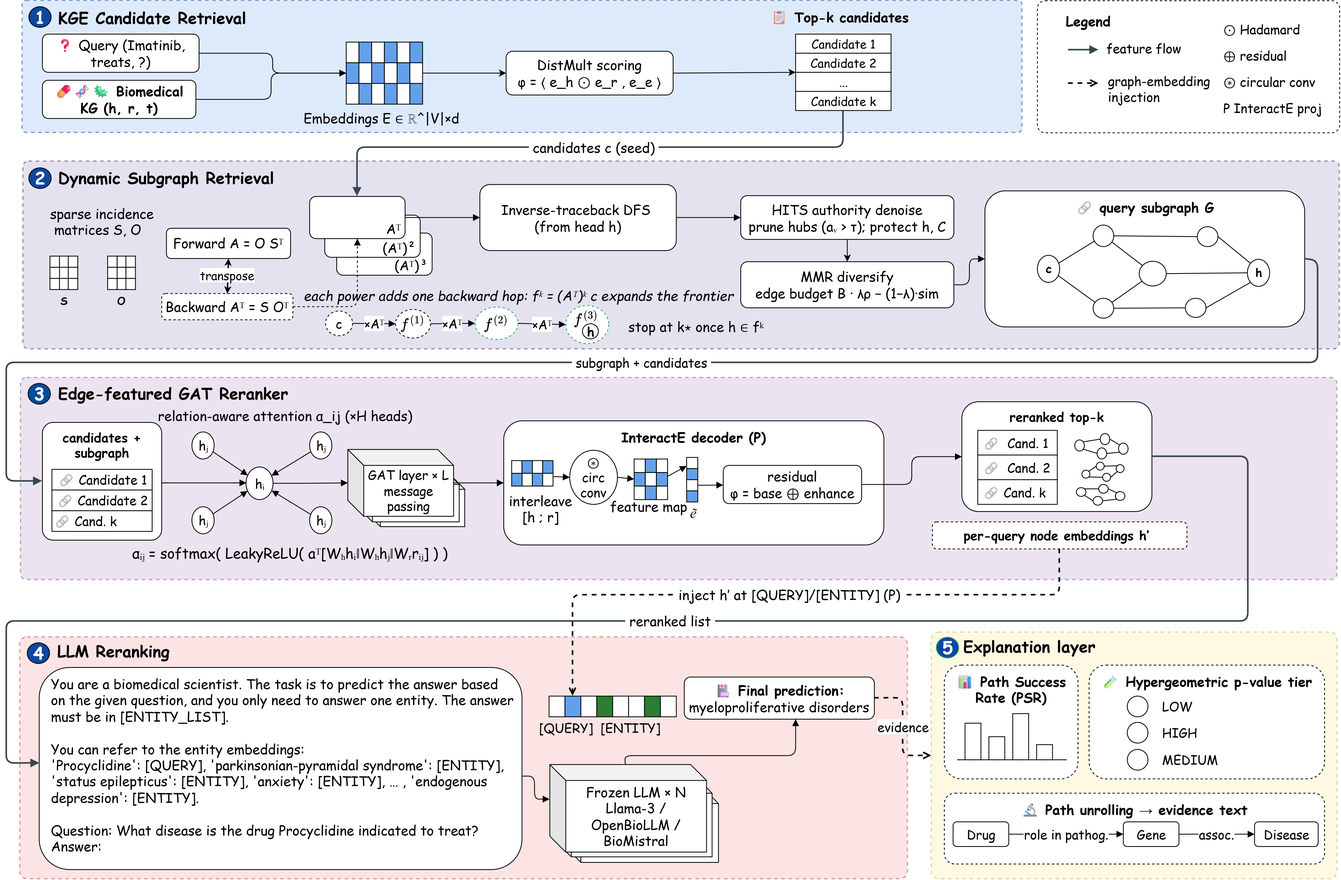
Before: model.png, a diagram exported from draw.io (noname44k1/BioEGAT). Source tidied: cells renumbered, new cells last; positions are measured from the earlier drawing's top-left corner, leaving out a move shared by most shapes.
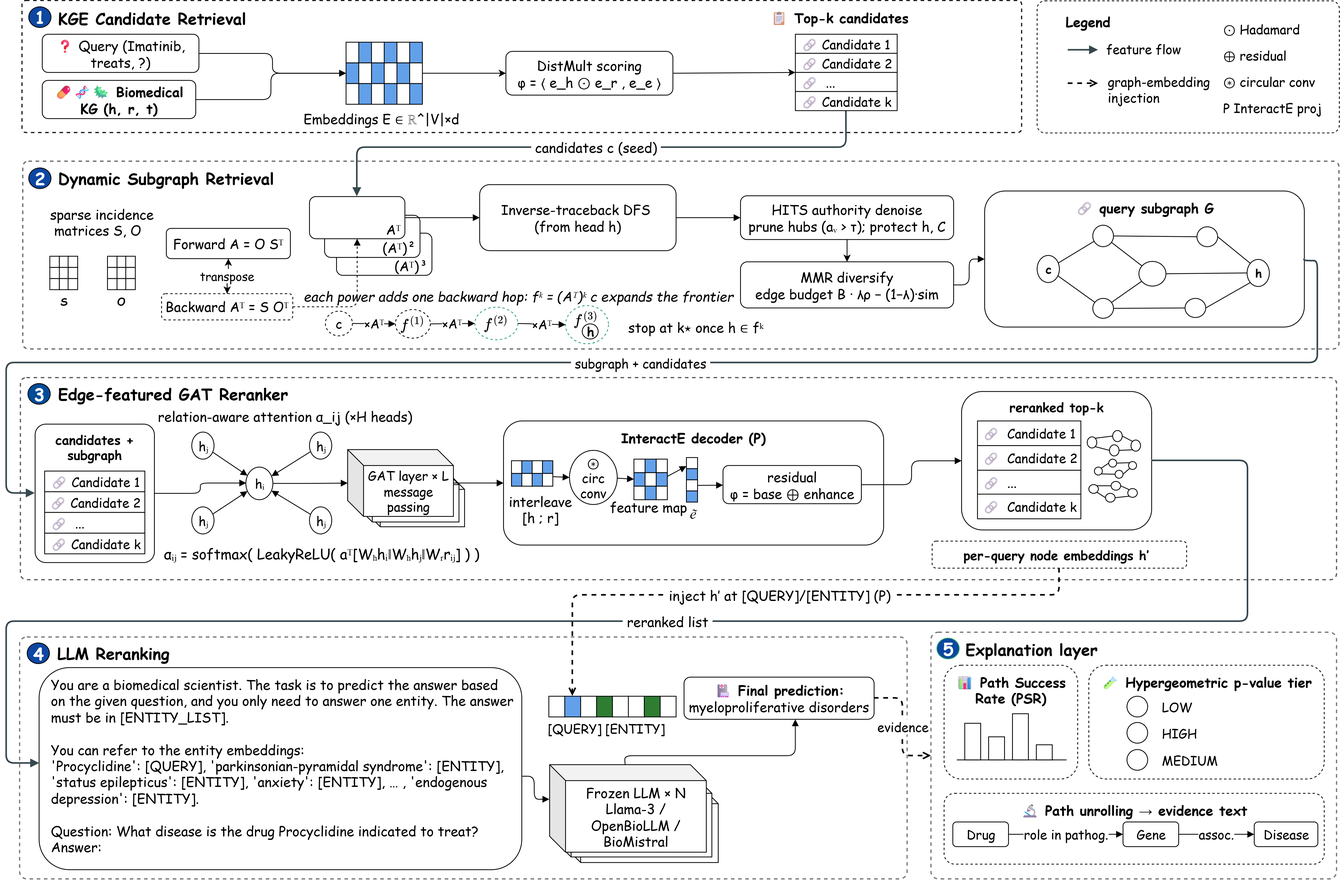
After the change.

Change to the diagram source:
```diff
@@ -31,3 +31,3 @@
     </mxCell>
-    <mxCell id="9" style="rounded=1;html=1;fillColor=#dae8fc;strokeColor=#6c8ebf;strokeWidth=1.5;dashed=1;arcSize=3;verticalAlign=top;fontFamily=Comic Sans MS;opacity=90;" parent="1" vertex="1">
+    <mxCell id="9" style="rounded=1;html=1;strokeWidth=1.5;dashed=1;arcSize=3;verticalAlign=top;fontFamily=Comic Sans MS;opacity=90;" parent="1" vertex="1">
       <mxGeometry x="20" width="1257" height="166" as="geometry" />
@@ -109,6 +109,6 @@
     </mxCell>
-    <mxCell id="35" value="&lt;font&gt;Candidate 1&lt;/font&gt;" style="rounded=0;html=1;fontSize=15;align=center;spacingLeft=0;fontFamily=Comic Sans MS;strokeColor=default;fontColor=#000000;" parent="1" vertex="1">
-      <mxGeometry x="992" y="42" width="120" height="24" as="geometry" />
+    <mxCell id="35" value="&lt;span style=&quot;font-size: 16px;&quot;&gt;&amp;nbsp;🔗 Candidate 1&lt;/span&gt;" style="rounded=0;html=1;fontSize=15;align=left;spacingLeft=0;fontFamily=Comic Sans MS;strokeColor=default;fontColor=#000000;" parent="1" vertex="1">
+      <mxGeometry x="992" y="42" width="128" height="24" as="geometry" />
     </mxCell>
-    <mxCell id="36" style="rounded=1;html=1;fillColor=#d0cee2;strokeColor=#56517e;strokeWidth=1.5;dashed=1;arcSize=3;verticalAlign=top;fontFamily=Comic Sans MS;opacity=60;" parent="1" vertex="1">
+    <mxCell id="36" style="rounded=1;html=1;strokeWidth=1.5;dashed=1;arcSize=3;verticalAlign=top;fontFamily=Comic Sans MS;opacity=60;" parent="1" vertex="1">
       <mxGeometry x="21" y="202" width="1655" height="236" as="geometry" />
@@ -232,3 +232,3 @@
     </mxCell>
-    <mxCell id="76" style="rounded=1;html=1;fillColor=#e1d5e7;strokeColor=#9673a6;strokeWidth=1.5;dashed=1;arcSize=3;opacity=65;verticalAlign=top;fontFamily=Comic Sans MS;" parent="1" vertex="1">
+    <mxCell id="76" style="rounded=1;html=1;strokeWidth=1.5;dashed=1;arcSize=3;opacity=65;verticalAlign=top;fontFamily=Comic Sans MS;" parent="1" vertex="1">
       <mxGeometry x="18" y="474" width="1655" height="254" as="geometry" />
@@ -242,12 +242,12 @@
     <mxCell id="79" value="&lt;font style=&quot;font-size: 16px;&quot;&gt;candidates + subgraph&lt;/font&gt;" style="rounded=1;whiteSpace=wrap;html=1;fillColor=#FFFFFF;strokeColor=default;fontSize=14.5;fontStyle=1;verticalAlign=top;spacingTop=3;arcSize=9;fontFamily=Comic Sans MS;fontColor=#000000;" parent="1" vertex="1">
-      <mxGeometry x="45" y="530" width="150" height="148" as="geometry" />
+      <mxGeometry x="36" y="532" width="150" height="174" as="geometry" />
     </mxCell>
     <mxCell id="80" value="&lt;font style=&quot;font-size: 16px;&quot;&gt;🔗 Candidate 1&lt;/font&gt;" style="rounded=0;html=1;fontSize=13.8;fontFamily=Comic Sans MS;strokeColor=default;fontColor=#000000;" parent="1" vertex="1">
-      <mxGeometry x="57" y="589" width="126" height="26" as="geometry" />
+      <mxGeometry x="48" y="591" width="126" height="26" as="geometry" />
     </mxCell>
     <mxCell id="81" value="&lt;font style=&quot;font-size: 16px;&quot;&gt;🔗 Candidate 2&lt;/font&gt;" style="rounded=0;html=1;fontSize=13.8;fontFamily=Comic Sans MS;strokeColor=default;fontColor=#000000;" parent="1" vertex="1">
-      <mxGeometry x="57" y="615" width="126" height="26" as="geometry" />
+      <mxGeometry x="48" y="617" width="126" height="26" as="geometry" />
     </mxCell>
-    <mxCell id="82" value="&lt;font style=&quot;font-size: 16px;&quot;&gt;🔗 Cand. k&lt;/font&gt;" style="rounded=0;html=1;fontSize=13.8;fontFamily=Comic Sans MS;align=left;strokeColor=default;fontColor=#000000;" parent="1" vertex="1">
-      <mxGeometry x="57" y="641" width="126" height="26" as="geometry" />
+    <mxCell id="82" value="&lt;font style=&quot;font-size: 16px;&quot;&gt;&amp;nbsp;🔗&amp;nbsp;&lt;span style=&quot;text-align: center;&quot;&gt;Candidate&lt;/span&gt;&amp;nbsp;k&lt;/font&gt;" style="rounded=0;html=1;fontSize=13.8;fontFamily=Comic Sans MS;align=left;strokeColor=default;fontColor=#000000;" parent="1" vertex="1">
+      <mxGeometry x="48" y="669" width="126" height="26" as="geometry" />
     </mxCell>
@@ -284,3 +284,3 @@
     <mxCell id="93" value="&lt;font&gt;αᵢⱼ = softmax( LeakyReLU( aᵀ[Wₕhᵢ‖Wₕhⱼ‖Wᵣrᵢⱼ] ) )&lt;/font&gt;" style="text;html=1;align=center;fontSize=18;fontColor=#000000;fontFamily=Comic Sans MS;strokeColor=none;" parent="1" vertex="1">
-      <mxGeometry x="251" y="677" width="210" height="17" as="geometry" />
+      <mxGeometry x="291" y="677" width="210" height="17" as="geometry" />
     </mxCell>
@@ -383,17 +383,17 @@
     <mxCell id="126" value="&lt;font style=&quot;font-size: 16px;&quot;&gt;reranked top-k&lt;/font&gt;" style="rounded=1;whiteSpace=wrap;html=1;fontSize=14.5;fontStyle=1;verticalAlign=top;spacingTop=3;fontFamily=Comic Sans MS;strokeColor=default;fontColor=#000000;" parent="1" vertex="1">
-      <mxGeometry x="1201" y="504" width="239" height="138" as="geometry" />
+      <mxGeometry x="1201" y="491" width="239" height="174" as="geometry" />
     </mxCell>
-    <mxCell id="127" value="&lt;font style=&quot;font-size: 16px;&quot;&gt;🔗&amp;nbsp; Cand. 1&lt;/font&gt;" style="rounded=0;html=1;fontSize=13.8;align=left;spacingLeft=4;fontFamily=Comic Sans MS;strokeColor=default;fontColor=#000000;" parent="1" vertex="1">
-      <mxGeometry x="1221" y="540" width="100" height="31" as="geometry" />
+    <mxCell id="127" value="&lt;font style=&quot;font-size: 16px;&quot;&gt;🔗&amp;nbsp;&amp;nbsp;&lt;/font&gt;&lt;span style=&quot;font-size: 16px; text-align: center;&quot;&gt;Candidate&amp;nbsp;1&lt;/span&gt;" style="rounded=0;html=1;fontSize=13.8;align=left;spacingLeft=4;fontFamily=Comic Sans MS;strokeColor=default;fontColor=#000000;" parent="1" vertex="1">
+      <mxGeometry x="1221" y="528" width="130" height="31" as="geometry" />
     </mxCell>
-    <mxCell id="128" value="&lt;font style=&quot;font-size: 16px;&quot;&gt;🔗&amp;nbsp; Cand. 2&lt;/font&gt;" style="rounded=0;html=1;fontSize=13.8;align=left;spacingLeft=4;fontFamily=Comic Sans MS;strokeColor=default;fontColor=#000000;" parent="1" vertex="1">
-      <mxGeometry x="1221" y="571" width="100" height="31" as="geometry" />
+    <mxCell id="128" value="&lt;font style=&quot;font-size: 16px;&quot;&gt;🔗&amp;nbsp;&amp;nbsp;&lt;/font&gt;&lt;span style=&quot;font-size: 16px; text-align: center;&quot;&gt;Candidate 2&lt;/span&gt;" style="rounded=0;html=1;fontSize=13.8;align=left;spacingLeft=4;fontFamily=Comic Sans MS;strokeColor=default;fontColor=#000000;" parent="1" vertex="1">
+      <mxGeometry x="1221" y="559" width="130" height="31" as="geometry" />
     </mxCell>
-    <mxCell id="129" value="&lt;font style=&quot;font-size: 16px;&quot;&gt;🔗 Cand. k&lt;/font&gt;" style="rounded=0;html=1;fontSize=13.8;align=left;spacingLeft=4;fontFamily=Comic Sans MS;strokeColor=default;fontColor=#000000;" parent="1" vertex="1">
-      <mxGeometry x="1221" y="602" width="100" height="31" as="geometry" />
+    <mxCell id="129" value="&lt;div style=&quot;text-align: center;&quot;&gt;&lt;span style=&quot;font-size: 16px; background-color: transparent; color: light-dark(rgb(0, 0, 0), rgb(237, 237, 237));&quot;&gt;🔗&amp;nbsp; ...&lt;/span&gt;&lt;/div&gt;" style="rounded=0;html=1;fontSize=13.8;align=left;spacingLeft=4;fontFamily=Comic Sans MS;strokeColor=default;fontColor=#000000;" parent="1" vertex="1">
+      <mxGeometry x="1221" y="590" width="130" height="31" as="geometry" />
     </mxCell>
     <mxCell id="130" value="&lt;font style=&quot;font-size: 16px;&quot;&gt;per-query node embeddings  h′&amp;nbsp;&lt;/font&gt;" style="rounded=1;whiteSpace=wrap;html=1;fontSize=13.8;fontStyle=1;dashed=1;fontFamily=Comic Sans MS;strokeColor=default;fontColor=#000000;fillColor=default;" parent="1" vertex="1">
-      <mxGeometry x="1164" y="655" width="320" height="34" as="geometry" />
+      <mxGeometry x="1164" y="679" width="320" height="34" as="geometry" />
     </mxCell>
-    <mxCell id="131" style="rounded=1;html=1;fillColor=#f8cecc;strokeColor=#b85450;strokeWidth=1.5;dashed=1;arcSize=3;opacity=55;verticalAlign=top;fontFamily=Comic Sans MS;" parent="1" vertex="1">
+    <mxCell id="131" style="rounded=1;html=1;strokeWidth=1.5;dashed=1;arcSize=3;opacity=55;verticalAlign=top;fontFamily=Comic Sans MS;" parent="1" vertex="1">
       <mxGeometry x="17" y="800" width="1116" height="304" as="geometry" />
@@ -404,3 +404,3 @@
     <mxCell id="133" value="LLM Reranking&amp;nbsp;" style="text;html=1;align=left;fontSize=20;fontStyle=1;fontColor=#000000;fontFamily=Comic Sans MS;" parent="1" vertex="1">
-      <mxGeometry x="62" y="799" width="500" height="24" as="geometry" />
+      <mxGeometry x="62" y="801" width="500" height="24" as="geometry" />
     </mxCell>
@@ -434,6 +434,6 @@
     <mxCell id="143" value="&lt;font style=&quot;font-size: 16px;&quot;&gt;[QUERY]&lt;/font&gt;" style="text;html=1;align=center;fontSize=10.9;fontFamily=Comic Sans MS;fontColor=#000000;strokeColor=none;" parent="1" vertex="1">
-      <mxGeometry x="683" y="898" width="40" height="12" as="geometry" />
+      <mxGeometry x="694" y="898" width="40" height="12" as="geometry" />
     </mxCell>
     <mxCell id="144" value="&lt;font style=&quot;font-size: 16px;&quot;&gt;[ENTITY]&lt;/font&gt;" style="text;html=1;align=center;fontSize=10.9;fontFamily=Comic Sans MS;fontColor=#000000;strokeColor=none;" parent="1" vertex="1">
-      <mxGeometry x="764" y="898" width="40" height="12" as="geometry" />
+      <mxGeometry x="770" y="898" width="40" height="12" as="geometry" />
     </mxCell>
@@ -451,3 +451,3 @@
     </mxCell>
-    <mxCell id="149" style="rounded=1;html=1;fillColor=#fff2cc;strokeColor=#d6b656;strokeWidth=1.5;dashed=1;arcSize=3;opacity=55;verticalAlign=top;fontFamily=Comic Sans MS;" parent="1" vertex="1">
+    <mxCell id="149" style="rounded=1;html=1;strokeWidth=1.5;dashed=1;arcSize=3;opacity=55;verticalAlign=top;fontFamily=Comic Sans MS;" parent="1" vertex="1">
       <mxGeometry x="1163" y="794" width="510" height="310" as="geometry" />
@@ -455,6 +455,6 @@
     <mxCell id="150" value="5" style="ellipse;html=1;fillColor=#0D47A1;strokeColor=#26A269;fontColor=#FFFFFF;fontSize=21.8;fontStyle=1;fontFamily=Comic Sans MS;" parent="1" vertex="1">
-      <mxGeometry x="1169" y="800" width="28" height="26" as="geometry" />
+      <mxGeometry x="1170" y="801" width="28" height="26" as="geometry" />
     </mxCell>
-    <mxCell id="151" value="Explanation layer" style="text;html=1;align=left;fontSize=20;fontStyle=1;fontColor=#000000;fontFamily=Comic Sans MS;strokeColor=none;" parent="1" vertex="1">
-      <mxGeometry x="1201" y="793" width="448" height="24" as="geometry" />
+    <mxCell id="151" value="Explanation layer" style="text;html=1;align=left;fontSize=20;fontStyle=1;fontFamily=Comic Sans MS;" parent="1" vertex="1">
+      <mxGeometry x="1204" y="796" width="448" height="24" as="geometry" />
     </mxCell>
@@ -529,3 +529,3 @@
         <Array as="points">
-          <mxPoint x="1052" y="184.4" />
+          <mxPoint x="1056" y="184.4" />
           <mxPoint x="441" y="184.4" />
@@ -556,3 +556,3 @@
           <mxPoint x="0.1" y="454.9" />
-          <mxPoint x="0.1" y="604" />
+          <mxPoint x="0.1" y="619" />
         </Array>
@@ -560,10 +560,5 @@
     </mxCell>
-    <mxCell id="180" style="edgeStyle=orthogonalEdgeStyle;rounded=1;html=1;strokeColor=default;endArrow=block;fontFamily=Comic Sans MS;fontColor=#000000;" parent="1" edge="1">
+    <mxCell id="180" style="edgeStyle=orthogonalEdgeStyle;rounded=1;html=1;strokeColor=default;endArrow=block;fontFamily=Comic Sans MS;fontColor=#000000;exitX=1;exitY=0.5;exitDx=0;exitDy=0;" parent="1" edge="1" source="79">
       <mxGeometry relative="1" as="geometry">
-        <mxPoint x="195" y="606" as="sourcePoint" />
         <mxPoint x="301.4" y="606" as="targetPoint" />
-        <Array as="points">
-          <mxPoint x="273" y="606" />
-          <mxPoint x="273" y="606" />
-        </Array>
       </mxGeometry>
@@ -582,3 +577,3 @@
         <Array as="points">
-          <mxPoint x="1561" y="573" />
+          <mxPoint x="1561" y="578" />
           <mxPoint x="1561" y="780" />
@@ -660,3 +655,3 @@
     <mxCell id="203" style="ellipse;html=1;fontSize=13;fontFamily=Comic Sans MS;strokeColor=default;fontColor=#000000;" parent="1" vertex="1">
-      <mxGeometry x="1343" y="552" width="12" height="14" as="geometry" />
+      <mxGeometry x="1359" y="548" width="12" height="14" as="geometry" />
     </mxCell>
@@ -666,3 +661,3 @@
     <mxCell id="205" style="ellipse;html=1;fontSize=13;fontFamily=Comic Sans MS;strokeColor=default;fontColor=#000000;" parent="1" vertex="1">
-      <mxGeometry x="1375" y="544" width="12" height="14" as="geometry" />
+      <mxGeometry x="1391" y="540" width="12" height="14" as="geometry" />
     </mxCell>
@@ -672,6 +667,6 @@
     <mxCell id="207" style="ellipse;html=1;fontSize=13;fontFamily=Comic Sans MS;strokeColor=default;fontColor=#000000;" parent="1" vertex="1">
-      <mxGeometry x="1371" y="562" width="12" height="14" as="geometry" />
+      <mxGeometry x="1387" y="558" width="12" height="14" as="geometry" />
     </mxCell>
     <mxCell id="208" style="ellipse;html=1;fontSize=13;fontFamily=Comic Sans MS;strokeColor=default;fontColor=#000000;" parent="1" vertex="1">
-      <mxGeometry x="1398" y="556" width="12" height="14" as="geometry" />
+      <mxGeometry x="1414" y="552" width="12" height="14" as="geometry" />
     </mxCell>
@@ -684,3 +679,3 @@
     <mxCell id="211" style="ellipse;html=1;fontSize=13;fontFamily=Comic Sans MS;strokeColor=default;fontColor=#000000;" parent="1" vertex="1">
-      <mxGeometry x="1352" y="590" width="10" height="10" as="geometry" />
+      <mxGeometry x="1368" y="586" width="10" height="10" as="geometry" />
     </mxCell>
@@ -690,3 +685,3 @@
     <mxCell id="213" style="ellipse;html=1;fontSize=13;fontFamily=Comic Sans MS;strokeColor=default;fontColor=#000000;" parent="1" vertex="1">
-      <mxGeometry x="1370" y="580" width="10" height="10" as="geometry" />
+      <mxGeometry x="1386" y="576" width="10" height="10" as="geometry" />
     </mxCell>
@@ -696,6 +691,6 @@
     <mxCell id="215" style="ellipse;html=1;fontSize=13;fontFamily=Comic Sans MS;strokeColor=default;fontColor=#000000;" parent="1" vertex="1">
-      <mxGeometry x="1378" y="594" width="10" height="10" as="geometry" />
+      <mxGeometry x="1394" y="590" width="10" height="10" as="geometry" />
     </mxCell>
     <mxCell id="216" style="ellipse;html=1;fontSize=13;fontFamily=Comic Sans MS;strokeColor=default;fontColor=#000000;" parent="1" vertex="1">
-      <mxGeometry x="1395" y="583" width="10" height="10" as="geometry" />
+      <mxGeometry x="1411" y="579" width="10" height="10" as="geometry" />
     </mxCell>
@@ -708,3 +703,3 @@
     <mxCell id="219" style="ellipse;html=1;fontSize=13;fontFamily=Comic Sans MS;strokeColor=default;fontColor=#000000;" parent="1" vertex="1">
-      <mxGeometry x="1345" y="612" width="12" height="11" as="geometry" />
+      <mxGeometry x="1361" y="608" width="12" height="11" as="geometry" />
     </mxCell>
@@ -714,3 +709,3 @@
     <mxCell id="221" style="ellipse;html=1;fontSize=13;fontFamily=Comic Sans MS;strokeColor=default;fontColor=#000000;" parent="1" vertex="1">
-      <mxGeometry x="1373" y="608" width="12" height="11" as="geometry" />
+      <mxGeometry x="1389" y="604" width="12" height="11" as="geometry" />
     </mxCell>
@@ -720,6 +715,6 @@
     <mxCell id="223" style="ellipse;html=1;fontSize=13;fontFamily=Comic Sans MS;strokeColor=default;fontColor=#000000;" parent="1" vertex="1">
-      <mxGeometry x="1366" y="623" width="12" height="11" as="geometry" />
+      <mxGeometry x="1382" y="619" width="12" height="11" as="geometry" />
     </mxCell>
     <mxCell id="224" style="ellipse;html=1;fontSize=13;fontFamily=Comic Sans MS;strokeColor=default;fontColor=#000000;" parent="1" vertex="1">
-      <mxGeometry x="1394" y="617" width="12" height="11" as="geometry" />
+      <mxGeometry x="1410" y="613" width="12" height="11" as="geometry" />
     </mxCell>
@@ -767,11 +762,17 @@
     </mxCell>
-    <mxCell id="239" value="&lt;font&gt;Candidate 2&lt;/font&gt;" style="rounded=0;html=1;fontSize=15;align=center;spacingLeft=0;fontFamily=Comic Sans MS;strokeColor=default;fontColor=#000000;" parent="1" vertex="1">
-      <mxGeometry x="992" y="66" width="120" height="24" as="geometry" />
+    <mxCell id="239" value="&lt;span style=&quot;font-size: 16px;&quot;&gt;&amp;nbsp;🔗 Candidate 2&lt;/span&gt;" style="rounded=0;html=1;fontSize=15;align=left;spacingLeft=0;fontFamily=Comic Sans MS;strokeColor=default;fontColor=#000000;" parent="1" vertex="1">
+      <mxGeometry x="992" y="66" width="128" height="24" as="geometry" />
     </mxCell>
-    <mxCell id="240" value="&lt;font&gt;...&lt;/font&gt;" style="rounded=0;html=1;fontSize=15;align=center;spacingLeft=0;fontFamily=Comic Sans MS;strokeColor=default;fontColor=#000000;" parent="1" vertex="1">
-      <mxGeometry x="992" y="90" width="120" height="24" as="geometry" />
+    <mxCell id="240" value="&lt;span style=&quot;font-size: 16px;&quot;&gt;&amp;nbsp;🔗&amp;nbsp; ...&lt;/span&gt;" style="rounded=0;html=1;fontSize=15;align=left;spacingLeft=0;fontFamily=Comic Sans MS;strokeColor=default;fontColor=#000000;" parent="1" vertex="1">
+      <mxGeometry x="992" y="90" width="128" height="24" as="geometry" />
     </mxCell>
-    <mxCell id="241" value="&lt;font&gt;Candidate k&lt;/font&gt;" style="rounded=0;html=1;fontSize=15;align=center;spacingLeft=0;fontFamily=Comic Sans MS;strokeColor=default;fontColor=#000000;" parent="1" vertex="1">
-      <mxGeometry x="992" y="114" width="120" height="24" as="geometry" />
+    <mxCell id="241" value="&lt;span style=&quot;font-size: 16px;&quot;&gt;&amp;nbsp;🔗&amp;nbsp;&lt;/span&gt;&lt;span style=&quot;font-size: 16px;&quot;&gt;Candidate&lt;/span&gt;&lt;span style=&quot;font-size: 16px;&quot;&gt;&amp;nbsp;k&lt;/span&gt;" style="rounded=0;html=1;fontSize=15;align=left;spacingLeft=0;fontFamily=Comic Sans MS;strokeColor=default;fontColor=#000000;" parent="1" vertex="1">
+      <mxGeometry x="992" y="114" width="128" height="24" as="geometry" />
     </mxCell>
+    <mxCell id="242" value="&lt;font style=&quot;font-size: 16px;&quot;&gt;&amp;nbsp;🔗&amp;nbsp; ...&lt;/font&gt;" style="rounded=0;html=1;fontSize=13.8;fontFamily=Comic Sans MS;align=left;strokeColor=default;fontColor=#000000;" parent="1" vertex="1">
+      <mxGeometry x="48" y="643" width="126" height="26" as="geometry" />
+    </mxCell>
+    <mxCell id="243" value="&lt;font style=&quot;font-size: 16px;&quot;&gt;🔗&amp;nbsp;&amp;nbsp;&lt;/font&gt;&lt;span style=&quot;font-size: 16px; text-align: center;&quot;&gt;Candidate k&lt;/span&gt;" style="rounded=0;html=1;fontSize=13.8;align=left;spacingLeft=4;fontFamily=Comic Sans MS;strokeColor=default;fontColor=#000000;" parent="1" vertex="1">
+      <mxGeometry x="1221" y="620" width="130" height="31" as="geometry" />
+    </mxCell>
   </root>
```
